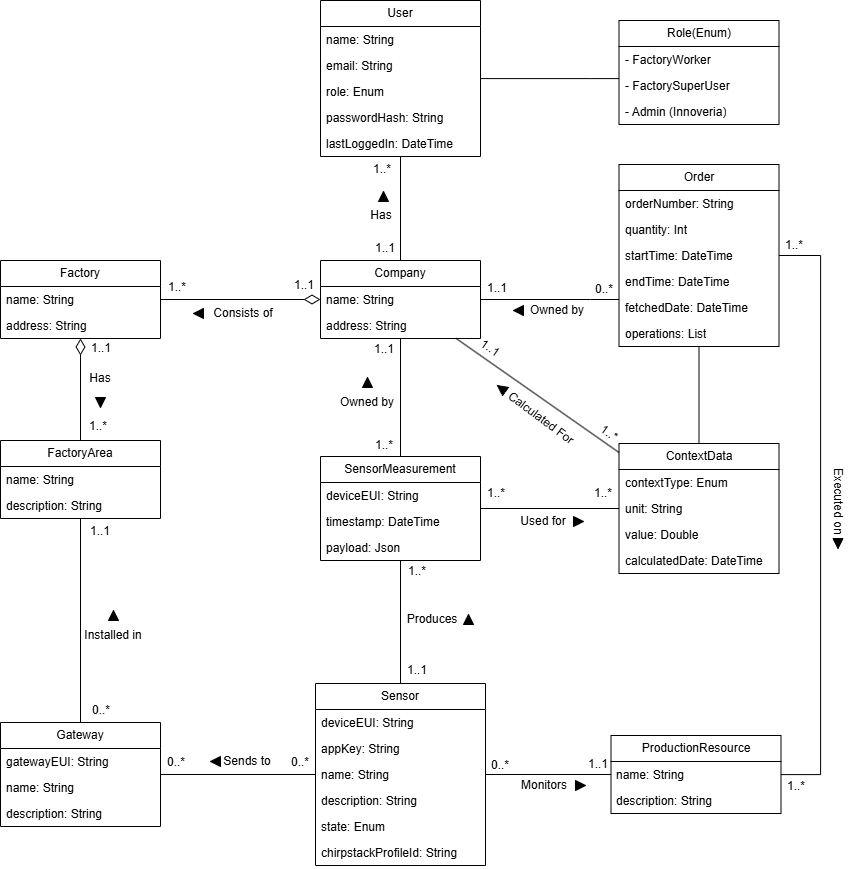
magnusdybdal-snd/innoveria-iot keeps this draw.io diagram as docs/UML/domain_model_v4_drawio.png. Above is the earlier version. Source tidied: cells renumbered, new cells last; positions are measured from the earlier drawing's top-left corner, leaving out a move shared by most shapes.
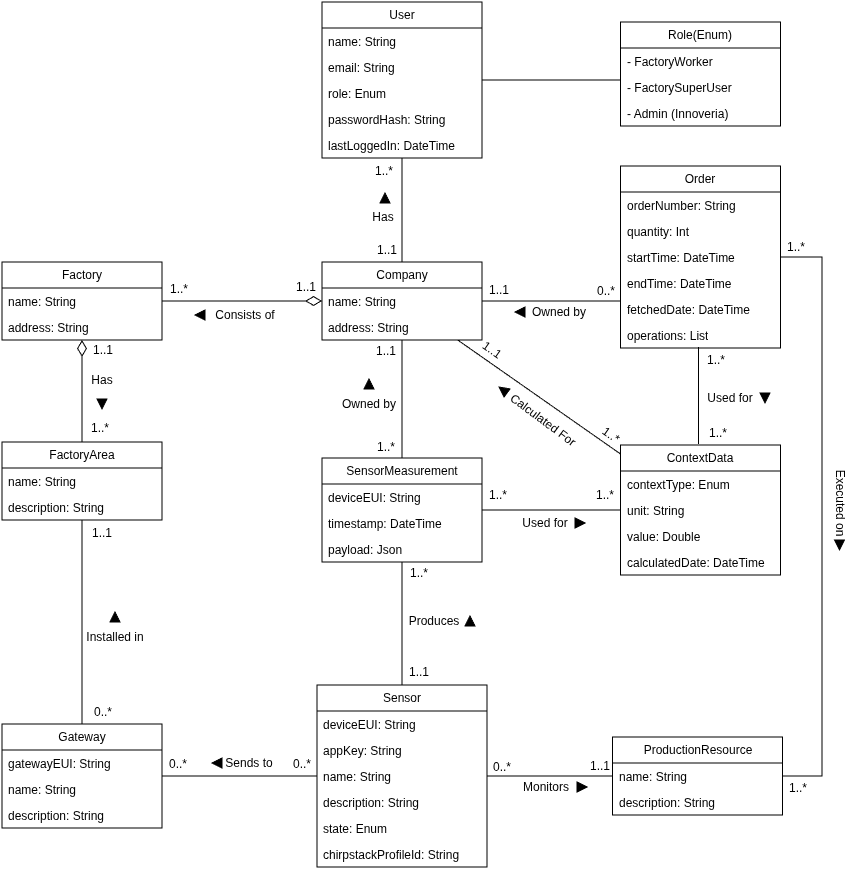
Above is the later version.

Commit message:
docs: fix missing arrow

The edit, as a diff of the source:
```diff
@@ -163,8 +163,11 @@
     <mxCell id="48" value="address: String" style="text;strokeColor=none;fillColor=none;align=left;verticalAlign=top;spacingLeft=4;spacingRight=4;overflow=hidden;whiteSpace=wrap;html=1;" parent="46" vertex="1">
       <mxGeometry y="52" width="160" height="26" as="geometry" />
     </mxCell>
-    <mxCell id="49" style="edgeStyle=orthogonalEdgeStyle;rounded=0;jettySize=auto;html=1;endArrow=none;endFill=0;" parent="1" edge="1" source="51" target="30">
-      <mxGeometry relative="1" as="geometry" />
+    <mxCell id="49" style="edgeStyle=orthogonalEdgeStyle;rounded=0;orthogonalLoop=1;jettySize=auto;html=1;endArrow=none;endFill=0;" parent="1" edge="1">
+      <mxGeometry relative="1" as="geometry">
+        <mxPoint x="696.5" y="442" as="sourcePoint" />
+        <mxPoint x="696.5" y="345" as="targetPoint" />
+      </mxGeometry>
     </mxCell>
     <mxCell id="50" style="edgeStyle=orthogonalEdgeStyle;rounded=0;jettySize=auto;html=1;endArrow=none;endFill=0;" parent="1" edge="1" source="51" target="38">
       <mxGeometry relative="1" as="geometry" />
@@ -358,5 +361,17 @@
     <mxCell id="112" style="endArrow=none;html=1;rounded=0;" parent="1" edge="1" source="51" target="11">
       <mxGeometry relative="1" as="geometry" />
     </mxCell>
+    <mxCell id="113" value="1..*" style="text;html=1;whiteSpace=wrap;strokeColor=none;fillColor=none;align=center;verticalAlign=middle;rounded=0;" parent="1" vertex="1">
+      <mxGeometry x="686" y="416" width="60" height="30" as="geometry" />
+    </mxCell>
+    <mxCell id="114" value="1..*" style="text;html=1;whiteSpace=wrap;strokeColor=none;fillColor=none;align=center;verticalAlign=middle;rounded=0;" parent="1" vertex="1">
+      <mxGeometry x="684" y="343" width="60" height="30" as="geometry" />
+    </mxCell>
+    <mxCell id="115" value="Used for" style="text;html=1;whiteSpace=wrap;strokeColor=none;fillColor=none;align=center;verticalAlign=middle;rounded=0;" parent="1" vertex="1">
+      <mxGeometry x="698" y="381" width="60" height="30" as="geometry" />
+    </mxCell>
+    <mxCell id="116" style="triangle;whiteSpace=wrap;html=1;rotation=90;fillStyle=solid;fillColor=light-dark(#000000,#000000);" parent="1" vertex="1">
+      <mxGeometry x="758" y="391" width="10" height="10" as="geometry" />
+    </mxCell>
   </root>
 </mxGraphModel>
```
